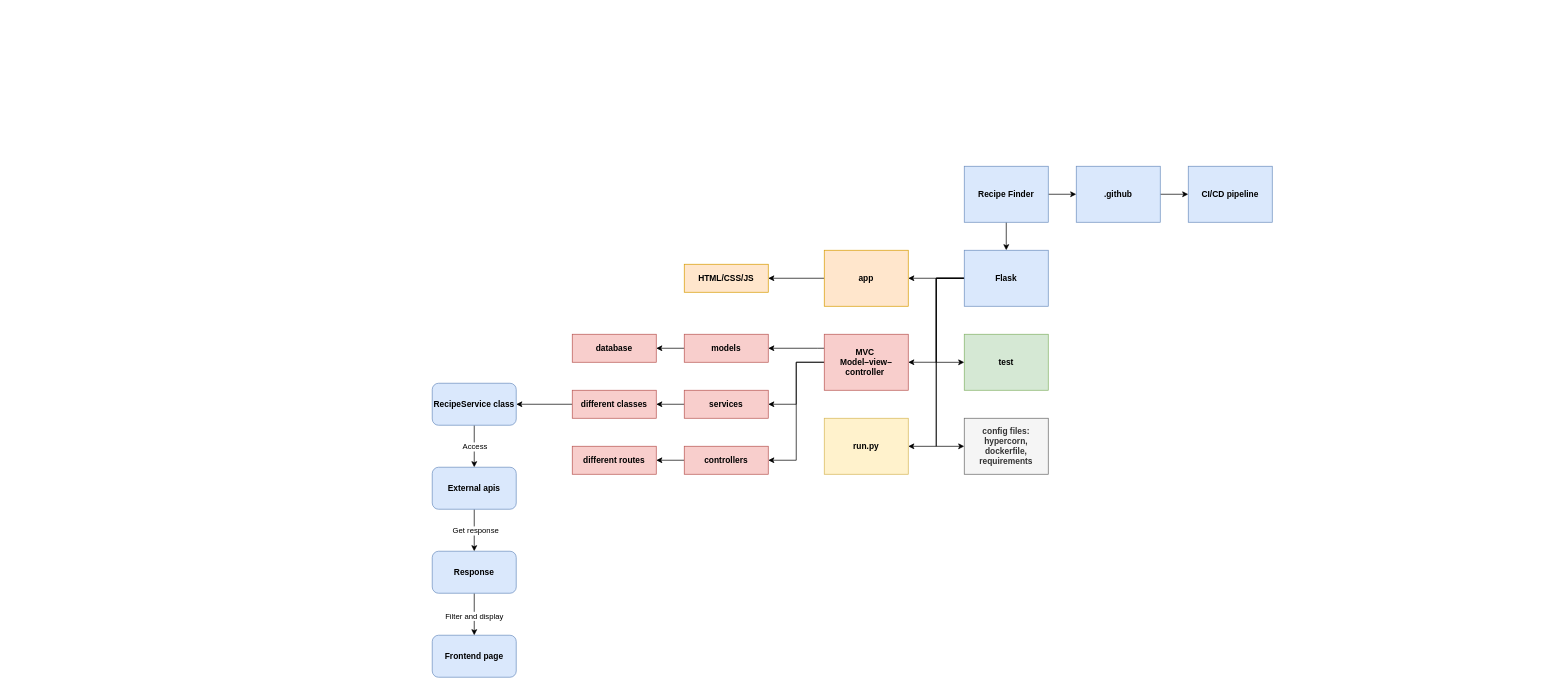
Earlier version of the draw.io diagram documents/UML/RecipeFinder UML.drawio (ZHJamesY/RecipeFinder). Source tidied: cells renumbered, new cells numbered last; positions are measured from the earlier drawing's top-left corner, leaving out a move shared by most shapes. Both pictures are drawn from the tidied source at 70%, with x=0, y=0 at pixel (432, 166).
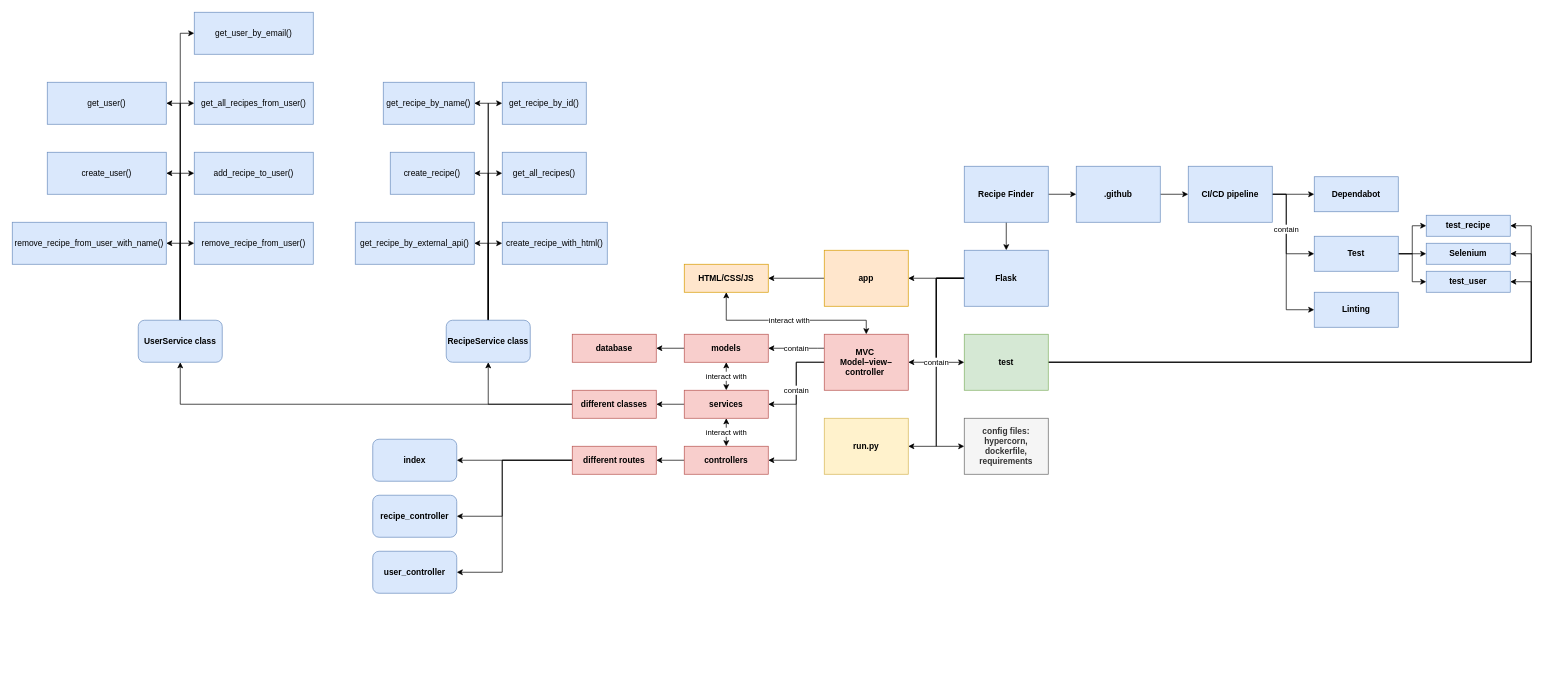
After the change.

Unchanged cells that the change refers to:
```xml
<mxCell id="10" value="&lt;b&gt;Flask&lt;/b&gt;" style="rounded=0;whiteSpace=wrap;html=1;fillColor=#dae8fc;strokeColor=#6c8ebf;" parent="1" vertex="1">
  <mxGeometry x="760" y="120" width="120" height="80" as="geometry" />
</mxCell>
<mxCell id="18" value="&lt;b&gt;MVC&amp;nbsp;&lt;/b&gt;&lt;div&gt;&lt;b&gt;Model–view–controller&amp;nbsp;&lt;/b&gt;&lt;/div&gt;" style="rounded=0;whiteSpace=wrap;html=1;fillColor=#f8cecc;strokeColor=#b85450;" parent="1" vertex="1">
  <mxGeometry x="560" y="240" width="120" height="80" as="geometry" />
</mxCell>
<mxCell id="19" value="&lt;b&gt;test&lt;/b&gt;" style="rounded=0;whiteSpace=wrap;html=1;fillColor=#d5e8d4;strokeColor=#82b366;" parent="1" vertex="1">
  <mxGeometry x="760" y="240" width="120" height="80" as="geometry" />
</mxCell>
<mxCell id="20" value="&lt;b&gt;HTML/CSS/JS&lt;/b&gt;" style="rounded=0;whiteSpace=wrap;html=1;fillColor=#ffe6cc;strokeColor=#d79b00;" parent="1" vertex="1">
  <mxGeometry x="360" y="140" width="120" height="40" as="geometry" />
</mxCell>
<mxCell id="24" value="&lt;b&gt;models&lt;/b&gt;" style="rounded=0;whiteSpace=wrap;html=1;fillColor=#f8cecc;strokeColor=#b85450;" parent="1" vertex="1">
  <mxGeometry x="360" y="240" width="120" height="40" as="geometry" />
</mxCell>
<mxCell id="26" value="&lt;b&gt;services&lt;/b&gt;" style="rounded=0;whiteSpace=wrap;html=1;fillColor=#f8cecc;strokeColor=#b85450;" parent="1" vertex="1">
  <mxGeometry x="360" y="320" width="120" height="40" as="geometry" />
</mxCell>
<mxCell id="28" value="&lt;b&gt;controllers&lt;/b&gt;" style="rounded=0;whiteSpace=wrap;html=1;fillColor=#f8cecc;strokeColor=#b85450;" parent="1" vertex="1">
  <mxGeometry x="360" y="400" width="120" height="40" as="geometry" />
</mxCell>
<mxCell id="31" value="&lt;b&gt;different classes&lt;/b&gt;" style="rounded=0;whiteSpace=wrap;html=1;fillColor=#f8cecc;strokeColor=#b85450;" parent="1" vertex="1">
  <mxGeometry x="200" y="320" width="120" height="40" as="geometry" />
</mxCell>
<mxCell id="32" value="&lt;b&gt;different routes&lt;/b&gt;" style="rounded=0;whiteSpace=wrap;html=1;fillColor=#f8cecc;strokeColor=#b85450;" parent="1" vertex="1">
  <mxGeometry x="200" y="400" width="120" height="40" as="geometry" />
</mxCell>
<mxCell id="43" value="&lt;b&gt;CI/CD pipeline&lt;/b&gt;" style="rounded=0;whiteSpace=wrap;html=1;fillColor=#dae8fc;strokeColor=#6c8ebf;" parent="1" vertex="1">
  <mxGeometry x="1080" width="120" height="80" as="geometry" />
</mxCell>
```

What changed in the source:
```diff
@@
-    <mxCell id="9" style="edgeStyle=orthogonalEdgeStyle;rounded=0;jettySize=auto;html=1;" parent="1" edge="1" source="10">
+    <mxCell id="9" value="contain" style="edgeStyle=orthogonalEdgeStyle;rounded=0;jettySize=auto;html=1;" parent="1" edge="1" source="10">
       <mxGeometry relative="1" as="geometry">
         <mxPoint x="760" y="400.1" as="targetPoint" />
         <Array as="points">
           <mxPoint x="720" y="160" />
           <mxPoint x="720" y="400" />
         </Array>
       </mxGeometry>
     </mxCell>
@@
-    <mxCell id="15" style="edgeStyle=orthogonalEdgeStyle;rounded=0;jettySize=auto;html=1;" parent="1" edge="1" source="18" target="24">
+    <mxCell id="15" value="contain" style="edgeStyle=orthogonalEdgeStyle;rounded=0;jettySize=auto;html=1;" parent="1" edge="1" source="18" target="24">
       <mxGeometry relative="1" as="geometry">
         <Array as="points">
           <mxPoint x="550" y="260" />
           <mxPoint x="550" y="260" />
         </Array>
       </mxGeometry>
     </mxCell>
@@
-    <mxCell id="17" style="edgeStyle=orthogonalEdgeStyle;rounded=0;jettySize=auto;html=1;" parent="1" edge="1" source="18" target="28">
-      <mxGeometry relative="1" as="geometry">
+    <mxCell id="17" value="contain" style="edgeStyle=orthogonalEdgeStyle;rounded=0;jettySize=auto;html=1;" parent="1" edge="1" source="18" target="28">
+      <mxGeometry x="-0.27" relative="1" as="geometry">
         <Array as="points">
           <mxPoint x="520" y="280" />
           <mxPoint x="520" y="420" />
         </Array>
       </mxGeometry>
     </mxCell>
@@
+    <mxCell id="44" style="edgeStyle=orthogonalEdgeStyle;rounded=0;jettySize=auto;html=1;" parent="1" edge="1" source="19" target="69">
+      <mxGeometry relative="1" as="geometry">
+        <Array as="points">
+          <mxPoint x="1570" y="280" />
+          <mxPoint x="1570" y="85" />
+        </Array>
+      </mxGeometry>
+    </mxCell>
+    <mxCell id="45" style="edgeStyle=orthogonalEdgeStyle;rounded=0;jettySize=auto;html=1;" parent="1" edge="1" source="19" target="70">
+      <mxGeometry relative="1" as="geometry">
+        <Array as="points">
+          <mxPoint x="1570" y="280" />
+          <mxPoint x="1570" y="125" />
+        </Array>
+      </mxGeometry>
+    </mxCell>
+    <mxCell id="46" style="edgeStyle=orthogonalEdgeStyle;rounded=0;jettySize=auto;html=1;" parent="1" edge="1" source="19" target="92">
+      <mxGeometry relative="1" as="geometry">
+        <Array as="points">
+          <mxPoint x="1570" y="280" />
+          <mxPoint x="1570" y="165" />
+        </Array>
+      </mxGeometry>
+    </mxCell>
@@
+    <mxCell id="47" value="interact with" style="edgeStyle=orthogonalEdgeStyle;rounded=0;jettySize=auto;html=1;startArrow=classic;startFill=1;" parent="1" edge="1" source="20" target="18">
+      <mxGeometry relative="1" as="geometry">
+        <Array as="points">
+          <mxPoint x="420" y="220" />
+          <mxPoint x="620" y="220" />
+        </Array>
+      </mxGeometry>
+    </mxCell>
@@
+    <mxCell id="48" value="interact with" style="edgeStyle=orthogonalEdgeStyle;rounded=0;jettySize=auto;html=1;entryX=0.5;entryY=0;entryDx=0;entryDy=0;startArrow=classic;startFill=1;" parent="1" edge="1" source="24" target="26">
+      <mxGeometry relative="1" as="geometry" />
+    </mxCell>
@@
+    <mxCell id="49" value="interact with" style="edgeStyle=orthogonalEdgeStyle;rounded=0;jettySize=auto;html=1;entryX=0.5;entryY=0;entryDx=0;entryDy=0;startArrow=classic;startFill=1;" parent="1" edge="1" source="26" target="28">
+      <mxGeometry relative="1" as="geometry" />
+    </mxCell>
@@
     <mxCell id="30" style="edgeStyle=orthogonalEdgeStyle;rounded=0;jettySize=auto;html=1;" parent="1" edge="1" source="31" target="35">
-      <mxGeometry relative="1" as="geometry" />
+      <mxGeometry relative="1" as="geometry">
+        <Array as="points">
+          <mxPoint x="80" y="340" />
+        </Array>
+      </mxGeometry>
     </mxCell>
+    <mxCell id="50" style="edgeStyle=orthogonalEdgeStyle;rounded=0;jettySize=auto;html=1;" parent="1" edge="1" source="31" target="84">
+      <mxGeometry relative="1" as="geometry" />
+    </mxCell>
@@
+    <mxCell id="51" style="edgeStyle=orthogonalEdgeStyle;rounded=0;jettySize=auto;html=1;" parent="1" edge="1" source="32" target="93">
+      <mxGeometry relative="1" as="geometry" />
+    </mxCell>
+    <mxCell id="52" style="edgeStyle=orthogonalEdgeStyle;rounded=0;jettySize=auto;html=1;" parent="1" edge="1" source="32" target="94">
+      <mxGeometry relative="1" as="geometry">
+        <Array as="points">
+          <mxPoint x="100" y="420" />
+          <mxPoint x="100" y="500" />
+        </Array>
+      </mxGeometry>
+    </mxCell>
+    <mxCell id="53" style="edgeStyle=orthogonalEdgeStyle;rounded=0;jettySize=auto;html=1;" parent="1" edge="1" source="32" target="95">
+      <mxGeometry relative="1" as="geometry">
+        <Array as="points">
+          <mxPoint x="100" y="420" />
+          <mxPoint x="100" y="580" />
+        </Array>
+      </mxGeometry>
+    </mxCell>
@@
-    <mxCell id="33" style="edgeStyle=orthogonalEdgeStyle;rounded=0;jettySize=auto;html=1;" parent="1" edge="1" source="35" target="38">
-      <mxGeometry relative="1" as="geometry" />
-    </mxCell>
-    <mxCell id="34" value="Access" style="edgeLabel;html=1;align=center;verticalAlign=middle;" parent="33" vertex="1">
-      <mxGeometry x="0.23" relative="1" as="geometry">
-        <mxPoint y="-7" as="offset" />
-      </mxGeometry>
-    </mxCell>
+    <mxCell id="54" style="edgeStyle=orthogonalEdgeStyle;rounded=0;jettySize=auto;html=1;" parent="1" edge="1" source="35" target="71">
+      <mxGeometry relative="1" as="geometry">
+        <Array as="points">
+          <mxPoint x="80" y="-90" />
+        </Array>
+      </mxGeometry>
+    </mxCell>
+    <mxCell id="55" style="edgeStyle=orthogonalEdgeStyle;rounded=0;jettySize=auto;html=1;" parent="1" edge="1" source="35" target="72">
+      <mxGeometry relative="1" as="geometry">
+        <Array as="points">
+          <mxPoint x="80" y="-90" />
+        </Array>
+      </mxGeometry>
+    </mxCell>
+    <mxCell id="56" style="edgeStyle=orthogonalEdgeStyle;rounded=0;jettySize=auto;html=1;" parent="1" edge="1" source="35" target="74">
+      <mxGeometry relative="1" as="geometry">
+        <Array as="points">
+          <mxPoint x="80" y="10" />
+        </Array>
+      </mxGeometry>
+    </mxCell>
+    <mxCell id="57" style="edgeStyle=orthogonalEdgeStyle;rounded=0;jettySize=auto;html=1;" parent="1" edge="1" source="35" target="75">
+      <mxGeometry relative="1" as="geometry">
+        <Array as="points">
+          <mxPoint x="80" y="10" />
+        </Array>
+      </mxGeometry>
+    </mxCell>
+    <mxCell id="58" style="edgeStyle=orthogonalEdgeStyle;rounded=0;jettySize=auto;html=1;" parent="1" edge="1" source="35" target="73">
+      <mxGeometry relative="1" as="geometry">
+        <Array as="points">
+          <mxPoint x="80" y="110" />
+        </Array>
+      </mxGeometry>
+    </mxCell>
+    <mxCell id="59" style="edgeStyle=orthogonalEdgeStyle;rounded=0;jettySize=auto;html=1;" parent="1" edge="1" source="35" target="76">
+      <mxGeometry relative="1" as="geometry">
+        <Array as="points">
+          <mxPoint x="80" y="110" />
+        </Array>
+      </mxGeometry>
+    </mxCell>
     <mxCell id="35" value="&lt;b&gt;RecipeService class&lt;/b&gt;" style="rounded=1;whiteSpace=wrap;html=1;fillColor=#dae8fc;strokeColor=#6c8ebf;" parent="1" vertex="1">
-      <mxGeometry y="310" width="120" height="60" as="geometry" />
+      <mxGeometry x="20" y="220" width="120" height="60" as="geometry" />
     </mxCell>
-    <mxCell id="36" style="edgeStyle=orthogonalEdgeStyle;rounded=0;jettySize=auto;html=1;" parent="1" edge="1" source="38" target="42">
-      <mxGeometry relative="1" as="geometry" />
-    </mxCell>
-    <mxCell id="37" value="Get response" style="edgeLabel;html=1;align=center;verticalAlign=middle;" parent="36" vertex="1">
-      <mxGeometry x="0.01" y="1" relative="1" as="geometry" />
-    </mxCell>
-    <mxCell id="38" value="&lt;b&gt;External apis&lt;/b&gt;" style="rounded=1;whiteSpace=wrap;html=1;fillColor=#dae8fc;strokeColor=#6c8ebf;" parent="1" vertex="1">
-      <mxGeometry y="430" width="120" height="60" as="geometry" />
-    </mxCell>
-    <mxCell id="39" value="&lt;b&gt;Frontend page&lt;/b&gt;" style="rounded=1;whiteSpace=wrap;html=1;fillColor=#dae8fc;strokeColor=#6c8ebf;" parent="1" vertex="1">
-      <mxGeometry y="670" width="120" height="60" as="geometry" />
-    </mxCell>
-    <mxCell id="40" style="edgeStyle=orthogonalEdgeStyle;rounded=0;jettySize=auto;html=1;" parent="1" edge="1" source="42" target="39">
-      <mxGeometry relative="1" as="geometry" />
-    </mxCell>
-    <mxCell id="41" value="Filter and display" style="edgeLabel;html=1;align=center;verticalAlign=middle;" parent="40" vertex="1">
-      <mxGeometry x="0.06" y="-1" relative="1" as="geometry" />
-    </mxCell>
-    <mxCell id="42" value="&lt;b&gt;Response&lt;/b&gt;" style="rounded=1;whiteSpace=wrap;html=1;fillColor=#dae8fc;strokeColor=#6c8ebf;" parent="1" vertex="1">
-      <mxGeometry y="550" width="120" height="60" as="geometry" />
-    </mxCell>
+    <mxCell id="60" style="edgeStyle=orthogonalEdgeStyle;rounded=0;jettySize=auto;html=1;" parent="1" edge="1" source="43" target="63">
+      <mxGeometry relative="1" as="geometry" />
+    </mxCell>
+    <mxCell id="61" style="edgeStyle=orthogonalEdgeStyle;rounded=0;jettySize=auto;html=1;" parent="1" edge="1" source="43" target="67">
+      <mxGeometry relative="1" as="geometry">
+        <Array as="points">
+          <mxPoint x="1220" y="40" />
+          <mxPoint x="1220" y="125" />
+        </Array>
+      </mxGeometry>
+    </mxCell>
+    <mxCell id="62" value="contain" style="edgeStyle=orthogonalEdgeStyle;rounded=0;jettySize=auto;html=1;" parent="1" edge="1" source="43" target="68">
+      <mxGeometry x="-0.38" relative="1" as="geometry">
+        <Array as="points">
+          <mxPoint x="1220" y="40" />
+          <mxPoint x="1220" y="205" />
+        </Array>
+      </mxGeometry>
+    </mxCell>
@@
+    <mxCell id="63" value="&lt;b&gt;Dependabot&lt;/b&gt;" style="rounded=0;whiteSpace=wrap;html=1;fillColor=#dae8fc;strokeColor=#6c8ebf;" parent="1" vertex="1">
+      <mxGeometry x="1260" y="15" width="120" height="50" as="geometry" />
+    </mxCell>
+    <mxCell id="64" style="edgeStyle=orthogonalEdgeStyle;rounded=0;jettySize=auto;html=1;" parent="1" edge="1" source="67" target="69">
+      <mxGeometry relative="1" as="geometry" />
+    </mxCell>
+    <mxCell id="65" style="edgeStyle=orthogonalEdgeStyle;rounded=0;jettySize=auto;html=1;" parent="1" edge="1" source="67" target="70">
+      <mxGeometry relative="1" as="geometry" />
+    </mxCell>
+    <mxCell id="66" style="edgeStyle=orthogonalEdgeStyle;rounded=0;jettySize=auto;html=1;" parent="1" edge="1" source="67" target="92">
+      <mxGeometry relative="1" as="geometry" />
+    </mxCell>
+    <mxCell id="67" value="&lt;b&gt;Test&lt;/b&gt;" style="rounded=0;whiteSpace=wrap;html=1;fillColor=#dae8fc;strokeColor=#6c8ebf;" parent="1" vertex="1">
+      <mxGeometry x="1260" y="100" width="120" height="50" as="geometry" />
+    </mxCell>
+    <mxCell id="68" value="&lt;b&gt;Linting&lt;/b&gt;" style="rounded=0;whiteSpace=wrap;html=1;fillColor=#dae8fc;strokeColor=#6c8ebf;" parent="1" vertex="1">
+      <mxGeometry x="1260" y="180" width="120" height="50" as="geometry" />
+    </mxCell>
+    <mxCell id="69" value="&lt;b&gt;test_recipe&lt;/b&gt;" style="rounded=0;whiteSpace=wrap;html=1;fillColor=#dae8fc;strokeColor=#6c8ebf;" parent="1" vertex="1">
+      <mxGeometry x="1420" y="70" width="120" height="30" as="geometry" />
+    </mxCell>
+    <mxCell id="70" value="&lt;b&gt;Selenium&lt;/b&gt;" style="rounded=0;whiteSpace=wrap;html=1;fillColor=#dae8fc;strokeColor=#6c8ebf;" parent="1" vertex="1">
+      <mxGeometry x="1420" y="110" width="120" height="30" as="geometry" />
+    </mxCell>
+    <mxCell id="71" value="get_recipe_by_id()" style="rounded=0;whiteSpace=wrap;html=1;fillColor=#dae8fc;strokeColor=#6c8ebf;" parent="1" vertex="1">
+      <mxGeometry x="100" y="-120" width="120" height="60" as="geometry" />
+    </mxCell>
+    <mxCell id="72" value="get_recipe_by_name()" style="rounded=0;whiteSpace=wrap;html=1;fillColor=#dae8fc;strokeColor=#6c8ebf;" parent="1" vertex="1">
+      <mxGeometry x="-70" y="-120" width="130" height="60" as="geometry" />
+    </mxCell>
+    <mxCell id="73" value="create_recipe_with_html()" style="rounded=0;whiteSpace=wrap;html=1;fillColor=#dae8fc;strokeColor=#6c8ebf;" parent="1" vertex="1">
+      <mxGeometry x="100" y="80" width="150" height="60" as="geometry" />
+    </mxCell>
+    <mxCell id="74" value="get_all_recipes()" style="rounded=0;whiteSpace=wrap;html=1;fillColor=#dae8fc;strokeColor=#6c8ebf;" parent="1" vertex="1">
+      <mxGeometry x="100" y="-20" width="120" height="60" as="geometry" />
+    </mxCell>
+    <mxCell id="75" value="create_recipe()" style="rounded=0;whiteSpace=wrap;html=1;fillColor=#dae8fc;strokeColor=#6c8ebf;" parent="1" vertex="1">
+      <mxGeometry x="-60" y="-20" width="120" height="60" as="geometry" />
+    </mxCell>
+    <mxCell id="76" value="get_recipe_by_external_api()" style="rounded=0;whiteSpace=wrap;html=1;fillColor=#dae8fc;strokeColor=#6c8ebf;" parent="1" vertex="1">
+      <mxGeometry x="-110" y="80" width="170" height="60" as="geometry" />
+    </mxCell>
+    <mxCell id="77" style="edgeStyle=orthogonalEdgeStyle;rounded=0;jettySize=auto;html=1;" parent="1" edge="1" source="84" target="91">
+      <mxGeometry relative="1" as="geometry">
+        <Array as="points">
+          <mxPoint x="-360" y="110" />
+        </Array>
+      </mxGeometry>
+    </mxCell>
+    <mxCell id="78" style="edgeStyle=orthogonalEdgeStyle;rounded=0;jettySize=auto;html=1;" parent="1" edge="1" source="84" target="90">
+      <mxGeometry relative="1" as="geometry">
+        <Array as="points">
+          <mxPoint x="-360" y="110" />
+        </Array>
+      </mxGeometry>
+    </mxCell>
+    <mxCell id="79" style="edgeStyle=orthogonalEdgeStyle;rounded=0;jettySize=auto;html=1;" parent="1" edge="1" source="84" target="89">
+      <mxGeometry relative="1" as="geometry">
+        <Array as="points">
+          <mxPoint x="-360" y="10" />
+        </Array>
+      </mxGeometry>
+    </mxCell>
+    <mxCell id="80" style="edgeStyle=orthogonalEdgeStyle;rounded=0;jettySize=auto;html=1;" parent="1" edge="1" source="84" target="87">
+      <mxGeometry relative="1" as="geometry">
+        <Array as="points">
+          <mxPoint x="-360" y="10" />
+        </Array>
+      </mxGeometry>
+    </mxCell>
+    <mxCell id="81" style="edgeStyle=orthogonalEdgeStyle;rounded=0;jettySize=auto;html=1;" parent="1" edge="1" source="84" target="88">
+      <mxGeometry relative="1" as="geometry">
+        <Array as="points">
+          <mxPoint x="-360" y="-90" />
+        </Array>
+      </mxGeometry>
+    </mxCell>
+    <mxCell id="82" style="edgeStyle=orthogonalEdgeStyle;rounded=0;jettySize=auto;html=1;" parent="1" edge="1" source="84" target="85">
+      <mxGeometry relative="1" as="geometry">
+        <Array as="points">
+          <mxPoint x="-360" y="-90" />
+        </Array>
+      </mxGeometry>
+    </mxCell>
+    <mxCell id="83" style="edgeStyle=orthogonalEdgeStyle;rounded=0;jettySize=auto;html=1;" parent="1" edge="1" source="84" target="86">
+      <mxGeometry relative="1" as="geometry">
+        <Array as="points">
+          <mxPoint x="-360" y="-190" />
+        </Array>
+      </mxGeometry>
+    </mxCell>
+    <mxCell id="84" value="&lt;b&gt;UserService class&lt;/b&gt;" style="rounded=1;whiteSpace=wrap;html=1;fillColor=#dae8fc;strokeColor=#6c8ebf;" parent="1" vertex="1">
+      <mxGeometry x="-420" y="220" width="120" height="60" as="geometry" />
+    </mxCell>
+    <mxCell id="85" value="get_user()" style="rounded=0;whiteSpace=wrap;html=1;fillColor=#dae8fc;strokeColor=#6c8ebf;" parent="1" vertex="1">
+      <mxGeometry x="-550" y="-120" width="170" height="60" as="geometry" />
+    </mxCell>
+    <mxCell id="86" value="get_user_by_email()" style="rounded=0;whiteSpace=wrap;html=1;fillColor=#dae8fc;strokeColor=#6c8ebf;" parent="1" vertex="1">
+      <mxGeometry x="-340" y="-220" width="170" height="60" as="geometry" />
+    </mxCell>
+    <mxCell id="87" value="create_user()" style="rounded=0;whiteSpace=wrap;html=1;fillColor=#dae8fc;strokeColor=#6c8ebf;" parent="1" vertex="1">
+      <mxGeometry x="-550" y="-20" width="170" height="60" as="geometry" />
+    </mxCell>
+    <mxCell id="88" value="get_all_recipes_from_user()" style="rounded=0;whiteSpace=wrap;html=1;fillColor=#dae8fc;strokeColor=#6c8ebf;" parent="1" vertex="1">
+      <mxGeometry x="-340" y="-120" width="170" height="60" as="geometry" />
+    </mxCell>
+    <mxCell id="89" value="add_recipe_to_user()" style="rounded=0;whiteSpace=wrap;html=1;fillColor=#dae8fc;strokeColor=#6c8ebf;" parent="1" vertex="1">
+      <mxGeometry x="-340" y="-20" width="170" height="60" as="geometry" />
+    </mxCell>
+    <mxCell id="90" value="remove_recipe_from_user_with_name()" style="rounded=0;whiteSpace=wrap;html=1;fillColor=#dae8fc;strokeColor=#6c8ebf;" parent="1" vertex="1">
+      <mxGeometry x="-600" y="80" width="220" height="60" as="geometry" />
+    </mxCell>
+    <mxCell id="91" value="remove_recipe_from_user()" style="rounded=0;whiteSpace=wrap;html=1;fillColor=#dae8fc;strokeColor=#6c8ebf;" parent="1" vertex="1">
+      <mxGeometry x="-340" y="80" width="170" height="60" as="geometry" />
+    </mxCell>
+    <mxCell id="92" value="&lt;b&gt;test_user&lt;/b&gt;" style="rounded=0;whiteSpace=wrap;html=1;fillColor=#dae8fc;strokeColor=#6c8ebf;" parent="1" vertex="1">
+      <mxGeometry x="1420" y="150" width="120" height="30" as="geometry" />
+    </mxCell>
+    <mxCell id="93" value="&lt;b&gt;index&lt;/b&gt;" style="rounded=1;whiteSpace=wrap;html=1;fillColor=#dae8fc;strokeColor=#6c8ebf;" parent="1" vertex="1">
+      <mxGeometry x="-85" y="390" width="120" height="60" as="geometry" />
+    </mxCell>
+    <mxCell id="94" value="&lt;b&gt;recipe_controller&lt;/b&gt;" style="rounded=1;whiteSpace=wrap;html=1;fillColor=#dae8fc;strokeColor=#6c8ebf;" parent="1" vertex="1">
+      <mxGeometry x="-85" y="470" width="120" height="60" as="geometry" />
+    </mxCell>
+    <mxCell id="95" value="&lt;b&gt;user_controller&lt;/b&gt;" style="rounded=1;whiteSpace=wrap;html=1;fillColor=#dae8fc;strokeColor=#6c8ebf;" parent="1" vertex="1">
+      <mxGeometry x="-85" y="550" width="120" height="60" as="geometry" />
+    </mxCell>
```
